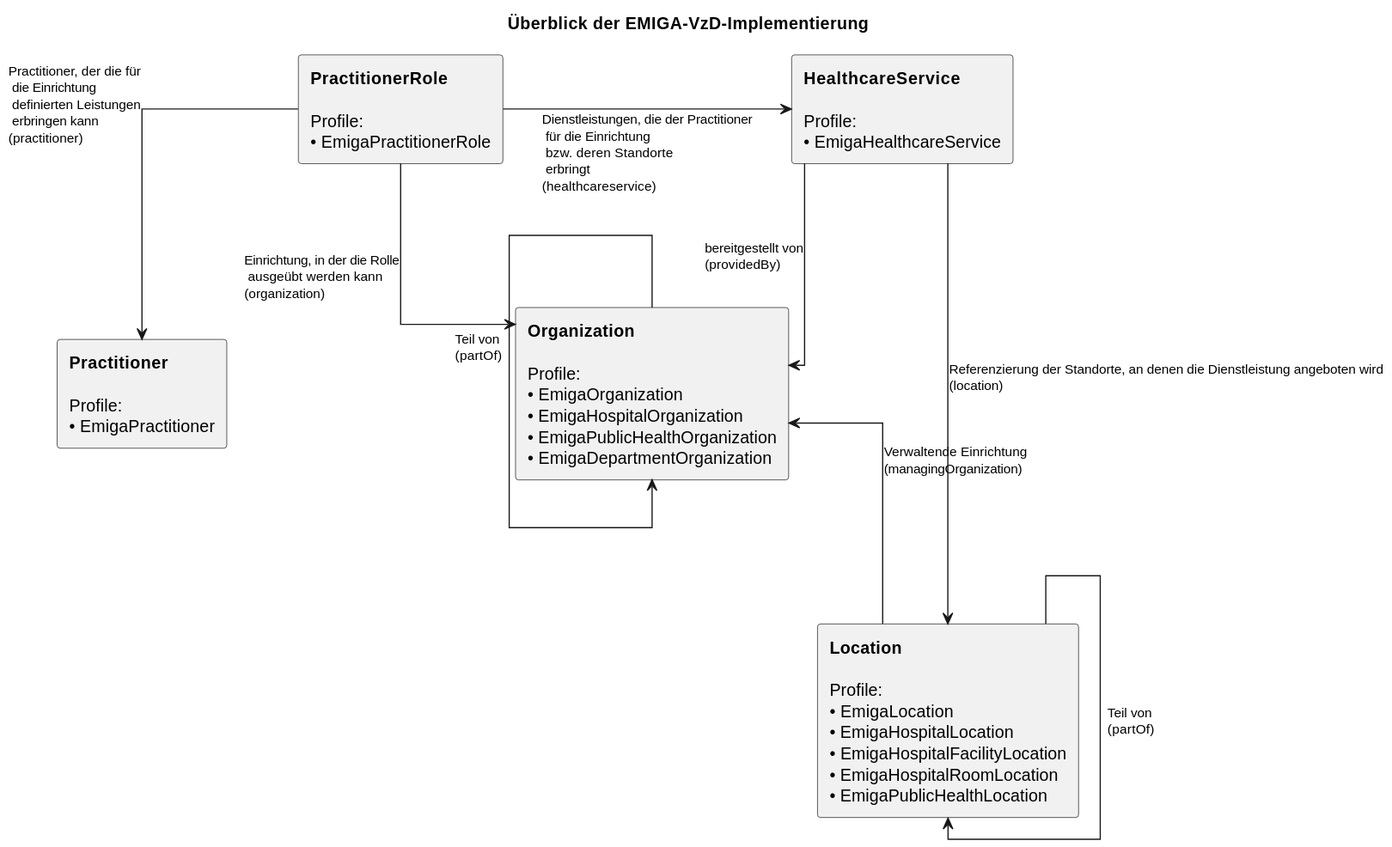
This is rki.emiga.vzd/guides/implementationguides.vzd/PlantUML/SVGs/EINRVOverview.svg from robert-koch-institut/rki.emiga.vzd, a PlantUML export, as it was before one commit.
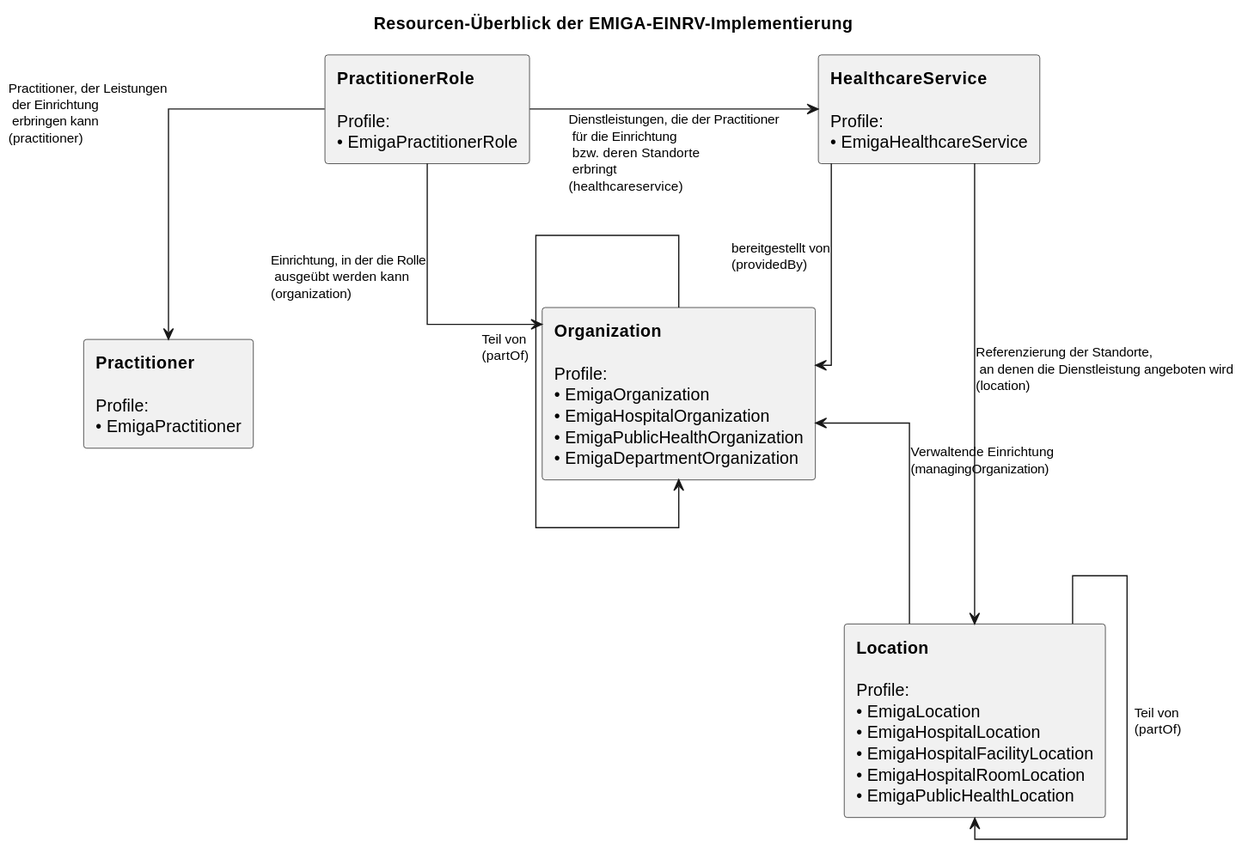
Later version of the same file.

Diff of the diagram source:
```diff
@@ -1,5 +1,5 @@
 @startuml
-title Überblick der EMIGA-VzD-Implementierung
+title Resourcen-Überblick der EMIGA-EINRV-Implementierung
 
 top to bottom direction
 
@@ -38,11 +38,11 @@
 
 PractitionerRole --> Organization : Einrichtung, in der die Rolle\n ausgeübt werden kann\n(organization)
 
-PractitionerRole --> Practitioner : Practitioner, der die für\n die Einrichtung\n definierten Leistungen\n erbringen kann\n(practitioner)
+PractitionerRole --> Practitioner : Practitioner, der Leistungen\n der Einrichtung\n erbringen kann\n(practitioner)
 
 PractitionerRole -right-> HealthcareService : Dienstleistungen, die der Practitioner\n für die Einrichtung\n bzw. deren Standorte\n erbringt\n(healthcareservice)
 
 HealthcareService --> Organization : bereitgestellt von\n(providedBy)
 
-HealthcareService --> Location : Referenzierung der Standorte, an denen die Dienstleistung angeboten wird\n(location)
+HealthcareService --> Location : Referenzierung der Standorte,\n an denen die Dienstleistung angeboten wird\n(location)
 @enduml
```
